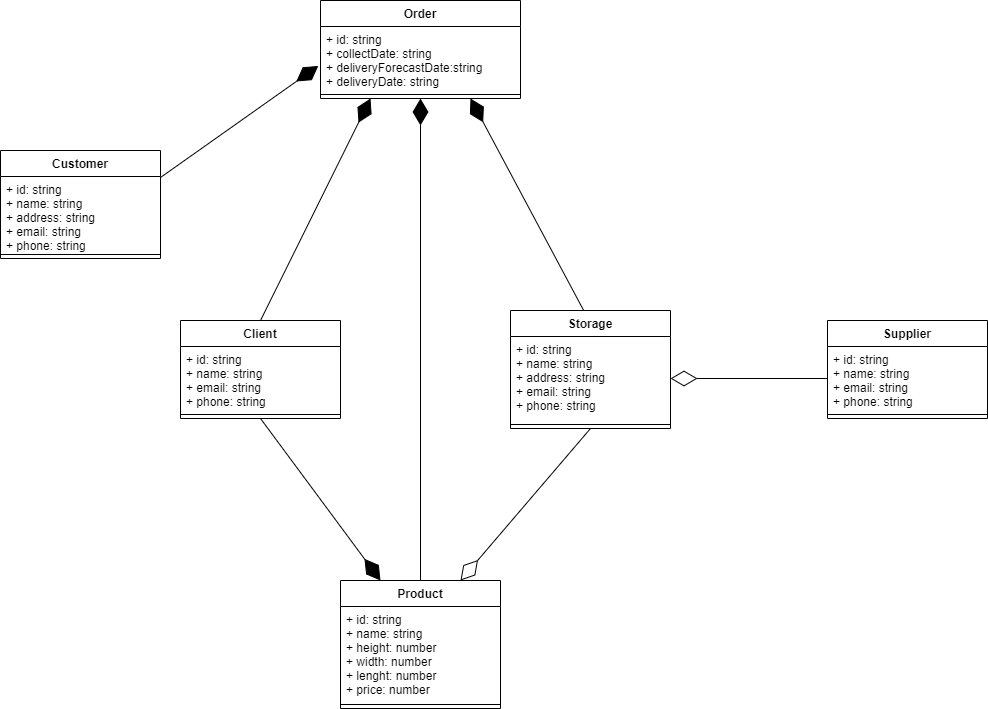
This is project/diagrams/class-diagrams/class-persistence/png/class-persistence.png from bitols/logistics-services-management, a draw.io export, as it was before one commit. Source tidied: cells renumbered, new cells last; positions are measured from the earlier drawing's top-left corner, leaving out a move shared by most shapes.
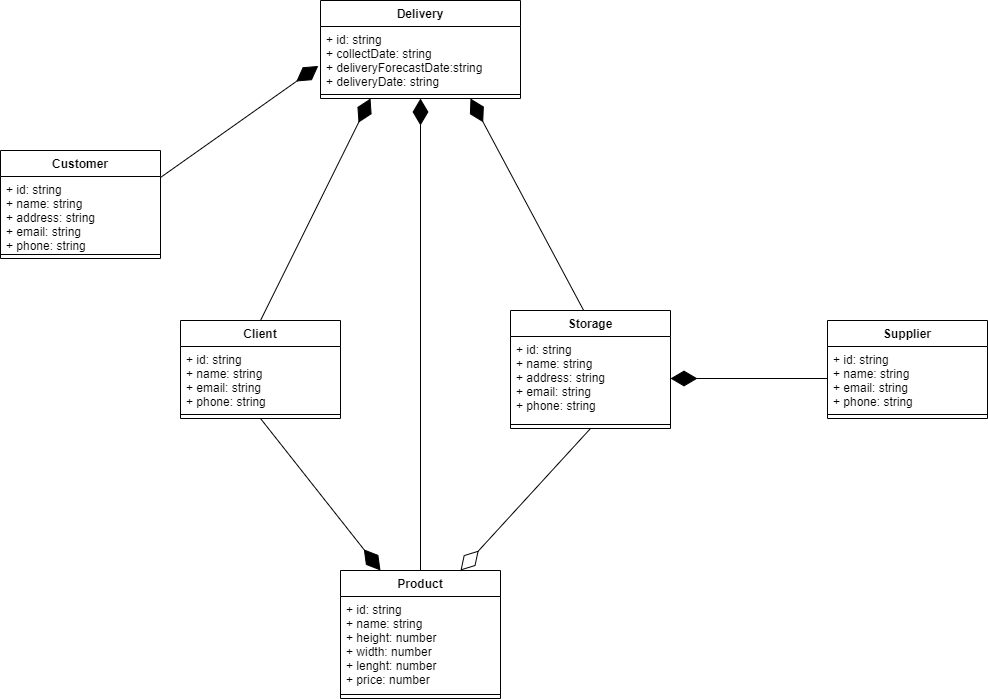
Later version of the same file.

Commit message:
correção de associações

Change to the diagram source:
```diff
@@ -2,7 +2,7 @@
   <root>
     <mxCell id="0" />
     <mxCell id="1" parent="0" />
-    <mxCell id="2" value="Order" style="swimlane;fontStyle=1;align=center;verticalAlign=top;horizontal=1;startSize=26;" parent="1" vertex="1">
+    <mxCell id="2" value="Delivery" style="swimlane;fontStyle=1;align=center;verticalAlign=top;horizontal=1;startSize=26;" parent="1" vertex="1">
       <mxGeometry x="320" width="200" height="98" as="geometry" />
     </mxCell>
     <mxCell id="3" value="+ id: string&#10;+ collectDate: string&#10;+ deliveryForecastDate:string&#10;+ deliveryDate: string&#10;" style="text;strokeColor=none;fillColor=none;align=left;verticalAlign=top;spacingLeft=4;spacingRight=4;overflow=hidden;points=[[0,0.5],[1,0.5]];portConstraint=eastwest;" parent="2" vertex="1">
@@ -48,7 +48,7 @@
       <mxGeometry y="90" width="160" height="8" as="geometry" />
     </mxCell>
     <mxCell id="17" value="Product" style="swimlane;fontStyle=1;align=center;verticalAlign=top;horizontal=1;startSize=26;" parent="1" vertex="1">
-      <mxGeometry x="340" y="580" width="160" height="128" as="geometry" />
+      <mxGeometry x="340" y="570" width="160" height="128" as="geometry" />
     </mxCell>
     <mxCell id="18" value="+ id: string&#10;+ name: string&#10;+ height: number&#10;+ width: number&#10;+ lenght: number&#10;+ price: number" style="text;strokeColor=none;fillColor=none;align=left;verticalAlign=top;spacingLeft=4;spacingRight=4;overflow=hidden;" parent="17" vertex="1">
       <mxGeometry y="26" width="160" height="94" as="geometry" />
@@ -56,9 +56,6 @@
     <mxCell id="19" style="line;strokeWidth=1;fillColor=none;align=left;verticalAlign=middle;spacingTop=-1;spacingLeft=3;spacingRight=3;labelPosition=right;" parent="17" vertex="1">
       <mxGeometry y="120" width="160" height="8" as="geometry" />
     </mxCell>
-    <mxCell id="20" style="endArrow=diamondThin;endFill=0;endSize=24;html=1;rounded=0;entryX=1;entryY=0.5;entryDx=0;entryDy=0;" parent="1" edge="1" source="15" target="12">
-      <mxGeometry relative="1" as="geometry" />
-    </mxCell>
     <mxCell id="21" style="endArrow=diamondThin;endFill=0;endSize=24;html=1;rounded=0;entryX=0.75;entryY=0;entryDx=0;entryDy=0;exitX=0.5;exitY=1;exitDx=0;exitDy=0;" parent="1" edge="1" source="11" target="17">
       <mxGeometry relative="1" as="geometry" />
     </mxCell>
@@ -77,5 +74,8 @@
     <mxCell id="26" style="endArrow=diamondThin;endFill=1;endSize=24;html=1;rounded=0;exitX=0.5;exitY=1;exitDx=0;exitDy=0;entryX=0.25;entryY=0;entryDx=0;entryDy=0;" parent="1" edge="1" source="5" target="17">
       <mxGeometry relative="1" as="geometry" />
     </mxCell>
+    <mxCell id="20" style="endArrow=diamondThin;endFill=1;endSize=24;html=1;rounded=0;entryX=1;entryY=0.5;entryDx=0;entryDy=0;exitX=0;exitY=0.5;exitDx=0;exitDy=0;" parent="1" edge="1" source="15" target="12">
+      <mxGeometry relative="1" as="geometry" />
+    </mxCell>
   </root>
 </mxGraphModel>
```
